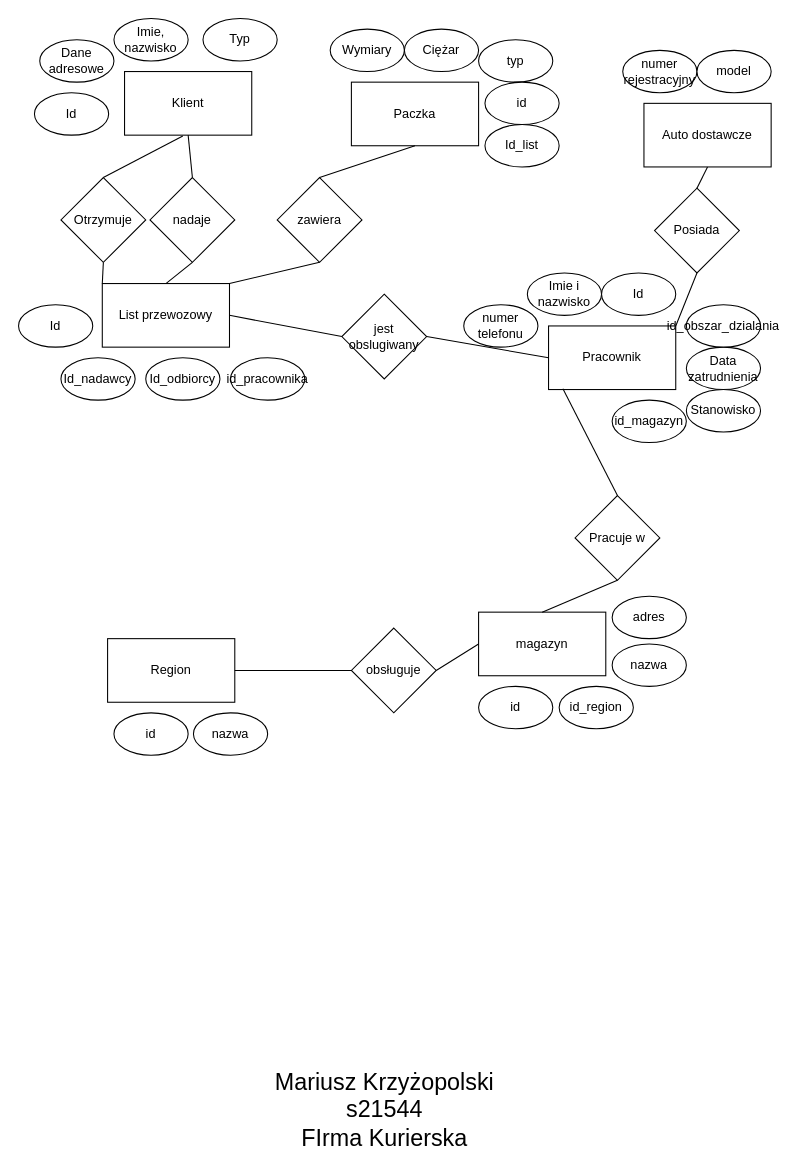
This is firma kurierska.drawio from mariuszkrzyzopolski/mpr, a draw.io file, before an edit. Source tidied: cells renumbered, new cells numbered last; positions are measured from the earlier drawing's top-left corner, leaving out a move shared by most shapes. Both pictures are drawn from the tidied source at 106%, with x=0, y=0 at pixel (18, 18).
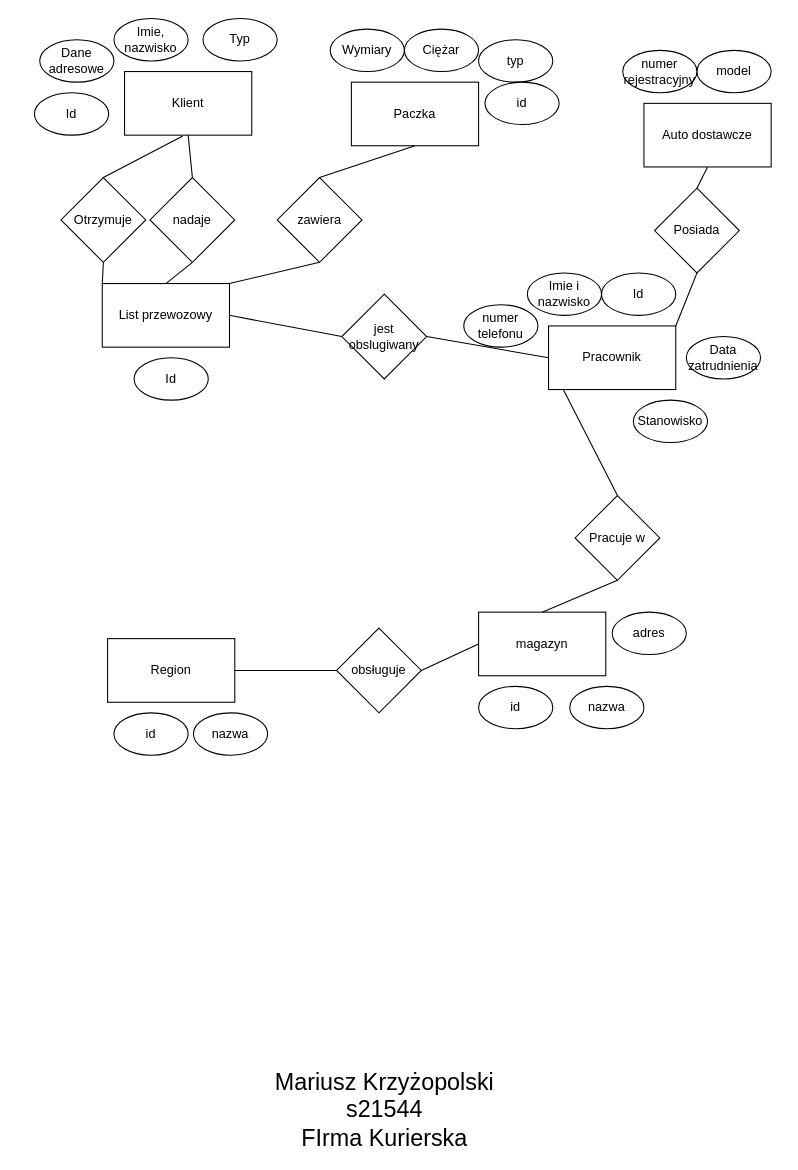
The same diagram, later.

Commit message:
delete foreign keys

The change refers to these unchanged cells:
```xml
<mxCell id="35" value="id" style="ellipse;whiteSpace=wrap;html=1;" parent="1" vertex="1">
  <mxGeometry x="440" y="60" width="70" height="40" as="geometry" />
</mxCell>
```

The edit, as a diff of the source:
```diff
@@
     <mxCell id="23" value="obsługuje" style="rhombus;whiteSpace=wrap;html=1;" parent="1" vertex="1">
-      <mxGeometry x="314" y="575" width="80" height="80" as="geometry" />
+      <mxGeometry x="300" y="575" width="80" height="80" as="geometry" />
     </mxCell>
@@
-    <mxCell id="34" style="edgeStyle=orthogonalEdgeStyle;rounded=0;jettySize=auto;html=1;exitX=0.5;exitY=1;exitDx=0;exitDy=0;" parent="1" edge="1" source="35" target="36">
-      <mxGeometry relative="1" as="geometry" />
+    <mxCell id="34" style="edgeStyle=orthogonalEdgeStyle;rounded=0;jettySize=auto;html=1;exitX=0.5;exitY=1;exitDx=0;exitDy=0;" parent="1" edge="1" source="35">
+      <mxGeometry relative="1" as="geometry">
+        <mxPoint x="475" y="100" as="targetPoint" />
+      </mxGeometry>
     </mxCell>
@@
-    <mxCell id="36" value="Id_list" style="ellipse;whiteSpace=wrap;html=1;" parent="1" vertex="1">
-      <mxGeometry x="440" y="100" width="70" height="40" as="geometry" />
-    </mxCell>
     <mxCell id="37" value="Id" style="ellipse;whiteSpace=wrap;html=1;" parent="1" vertex="1">
-      <mxGeometry y="270" width="70" height="40" as="geometry" />
+      <mxGeometry x="109" y="320" width="70" height="40" as="geometry" />
     </mxCell>
-    <mxCell id="38" value="Id_nadawcy" style="ellipse;whiteSpace=wrap;html=1;" parent="1" vertex="1">
-      <mxGeometry x="40" y="320" width="70" height="40" as="geometry" />
-    </mxCell>
-    <mxCell id="39" value="Id_odbiorcy" style="ellipse;whiteSpace=wrap;html=1;" parent="1" vertex="1">
-      <mxGeometry x="120" y="320" width="70" height="40" as="geometry" />
-    </mxCell>
@@
     <mxCell id="45" value="Data zatrudnienia" style="ellipse;whiteSpace=wrap;html=1;" parent="1" vertex="1">
-      <mxGeometry x="630" y="310" width="70" height="40" as="geometry" />
+      <mxGeometry x="630" y="300" width="70" height="40" as="geometry" />
     </mxCell>
     <mxCell id="46" value="Stanowisko" style="ellipse;whiteSpace=wrap;html=1;" parent="1" vertex="1">
-      <mxGeometry x="630" y="350" width="70" height="40" as="geometry" />
+      <mxGeometry x="580" y="360" width="70" height="40" as="geometry" />
     </mxCell>
@@
-    <mxCell id="49" value="id_magazyn" style="ellipse;whiteSpace=wrap;html=1;" parent="1" vertex="1">
-      <mxGeometry x="560" y="360" width="70" height="40" as="geometry" />
-    </mxCell>
-    <mxCell id="50" value="id_obszar_dzialania" style="ellipse;whiteSpace=wrap;html=1;" parent="1" vertex="1">
-      <mxGeometry x="630" y="270" width="70" height="40" as="geometry" />
-    </mxCell>
@@
-    <mxCell id="52" value="id_region" style="ellipse;whiteSpace=wrap;html=1;" parent="1" vertex="1">
-      <mxGeometry x="510" y="630" width="70" height="40" as="geometry" />
-    </mxCell>
     <mxCell id="53" value="nazwa" style="ellipse;whiteSpace=wrap;html=1;" parent="1" vertex="1">
-      <mxGeometry x="560" y="590" width="70" height="40" as="geometry" />
+      <mxGeometry x="520" y="630" width="70" height="40" as="geometry" />
     </mxCell>
     <mxCell id="54" value="adres" style="ellipse;whiteSpace=wrap;html=1;" parent="1" vertex="1">
-      <mxGeometry x="560" y="545" width="70" height="40" as="geometry" />
+      <mxGeometry x="560" y="560" width="70" height="40" as="geometry" />
     </mxCell>
@@
-    <mxCell id="59" value="id_pracownika" style="ellipse;whiteSpace=wrap;html=1;" parent="1" vertex="1">
-      <mxGeometry x="200" y="320" width="70" height="40" as="geometry" />
-    </mxCell>
```
